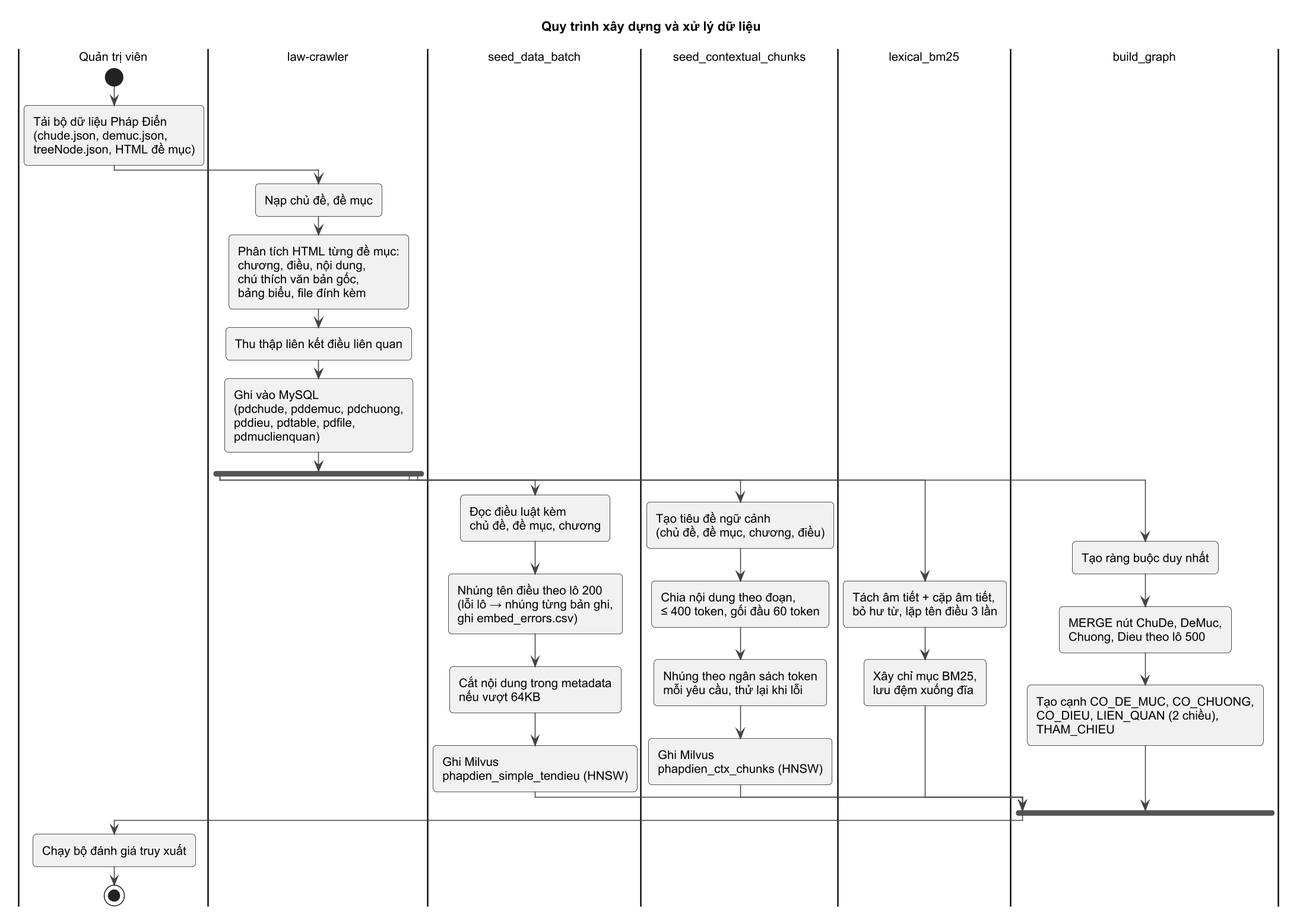
This is docs/uml/png/ACT_DuLieu.png from hainguyen312/project2-chatbot-rag, a PlantUML export, as it was before one commit. The source it was exported from:
```plantuml
@startuml ACT_DuLieu
!pragma layout smetana
!include _style.iuml
title Quy trình xây dựng và xử lý dữ liệu

|Quản trị viên|
start
:Tải bộ dữ liệu Pháp Điển\n(chude.json, demuc.json,\ntreeNode.json, HTML đề mục);

|law-crawler|
:Nạp chủ đề, đề mục;
:Phân tích HTML từng đề mục:\nchương, điều, nội dung,\nchú thích văn bản gốc,\nbảng biểu, file đính kèm;
:Thu thập liên kết điều liên quan;
:Ghi vào MySQL\n(pdchude, pddemuc, pdchuong,\npddieu, pdtable, pdfile,\npdmuclienquan);

fork
  |seed_data_batch|
  :Đọc điều luật kèm\nchủ đề, đề mục, chương;
  :Nhúng tên điều theo lô 200\n(lỗi lô → nhúng từng bản ghi,\nghi embed_errors.csv);
  :Cắt nội dung trong metadata\nnếu vượt 64KB;
  :Ghi Milvus\nphapdien_simple_tendieu (HNSW);
fork again
  |seed_contextual_chunks|
  :Tạo tiêu đề ngữ cảnh\n(chủ đề, đề mục, chương, điều);
  :Chia nội dung theo đoạn,\n≤ 400 token, gối đầu 60 token;
  :Nhúng theo ngân sách token\nmỗi yêu cầu, thử lại khi lỗi;
  :Ghi Milvus\nphapdien_ctx_chunks (HNSW);
fork again
  |lexical_bm25|
  :Tách âm tiết + cặp âm tiết,\nbỏ hư từ, lặp tên điều 3 lần;
  :Xây chỉ mục BM25,\nlưu đệm xuống đĩa;
fork again
  |build_graph|
  :Tạo ràng buộc duy nhất;
  :MERGE nút ChuDe, DeMuc,\nChuong, Dieu theo lô 500;
  :Tạo cạnh CO_DE_MUC, CO_CHUONG,\nCO_DIEU, LIEN_QUAN (2 chiều),\nTHAM_CHIEU;
end fork

|Quản trị viên|
:Chạy bộ đánh giá truy xuất;
stop
@enduml
```
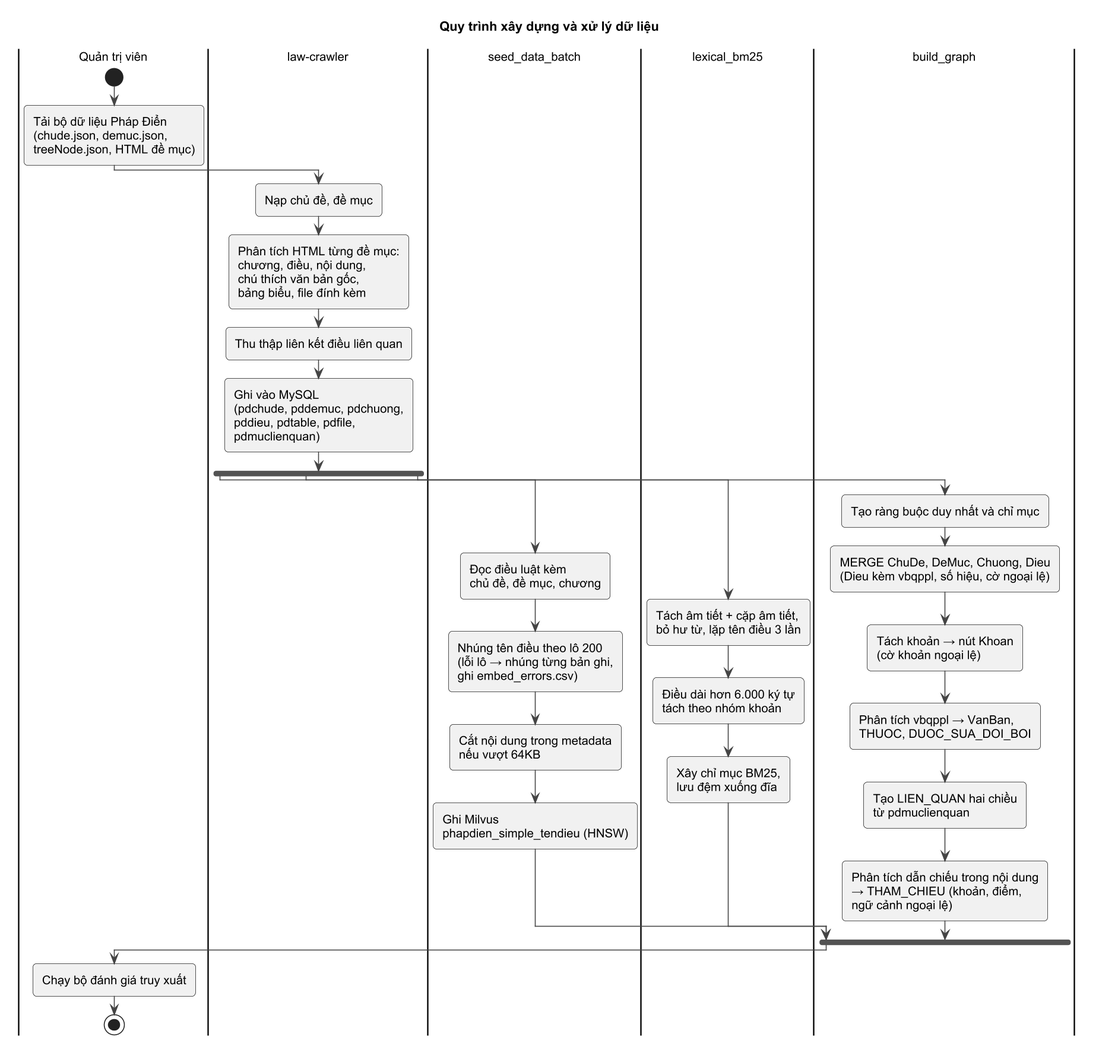
After the commit.

Diff of the diagram source:
```diff
@@ -20,20 +20,18 @@
   :Cắt nội dung trong metadata\nnếu vượt 64KB;
   :Ghi Milvus\nphapdien_simple_tendieu (HNSW);
 fork again
-  |seed_contextual_chunks|
-  :Tạo tiêu đề ngữ cảnh\n(chủ đề, đề mục, chương, điều);
-  :Chia nội dung theo đoạn,\n≤ 400 token, gối đầu 60 token;
-  :Nhúng theo ngân sách token\nmỗi yêu cầu, thử lại khi lỗi;
-  :Ghi Milvus\nphapdien_ctx_chunks (HNSW);
-fork again
   |lexical_bm25|
   :Tách âm tiết + cặp âm tiết,\nbỏ hư từ, lặp tên điều 3 lần;
+  :Điều dài hơn 6.000 ký tự\ntách theo nhóm khoản;
   :Xây chỉ mục BM25,\nlưu đệm xuống đĩa;
 fork again
   |build_graph|
-  :Tạo ràng buộc duy nhất;
-  :MERGE nút ChuDe, DeMuc,\nChuong, Dieu theo lô 500;
-  :Tạo cạnh CO_DE_MUC, CO_CHUONG,\nCO_DIEU, LIEN_QUAN (2 chiều),\nTHAM_CHIEU;
+  :Tạo ràng buộc duy nhất và chỉ mục;
+  :MERGE ChuDe, DeMuc, Chuong, Dieu\n(Dieu kèm vbqppl, số hiệu, cờ ngoại lệ);
+  :Tách khoản → nút Khoan\n(cờ khoản ngoại lệ);
+  :Phân tích vbqppl → VanBan,\nTHUOC, DUOC_SUA_DOI_BOI;
+  :Tạo LIEN_QUAN hai chiều\ntừ pdmuclienquan;
+  :Phân tích dẫn chiếu trong nội dung\n→ THAM_CHIEU (khoản, điểm,\nngữ cảnh ngoại lệ);
 end fork
 
 |Quản trị viên|
```
